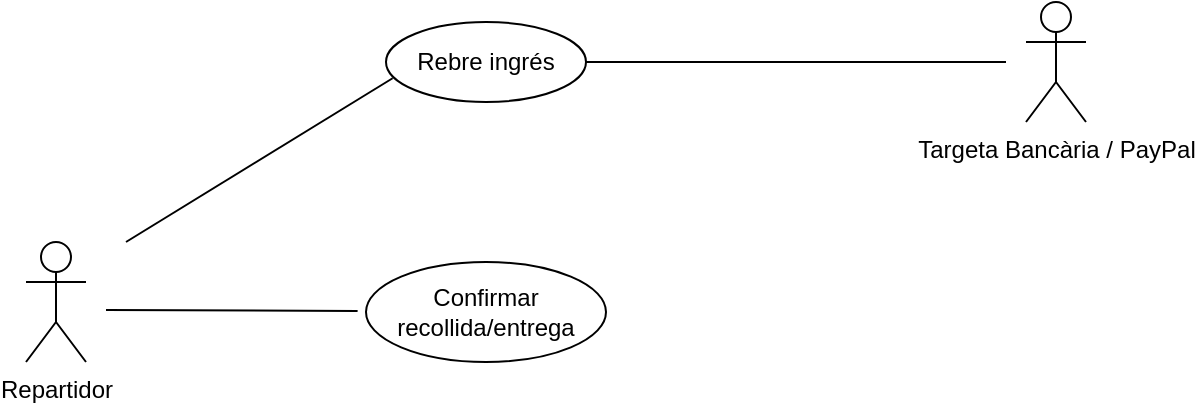
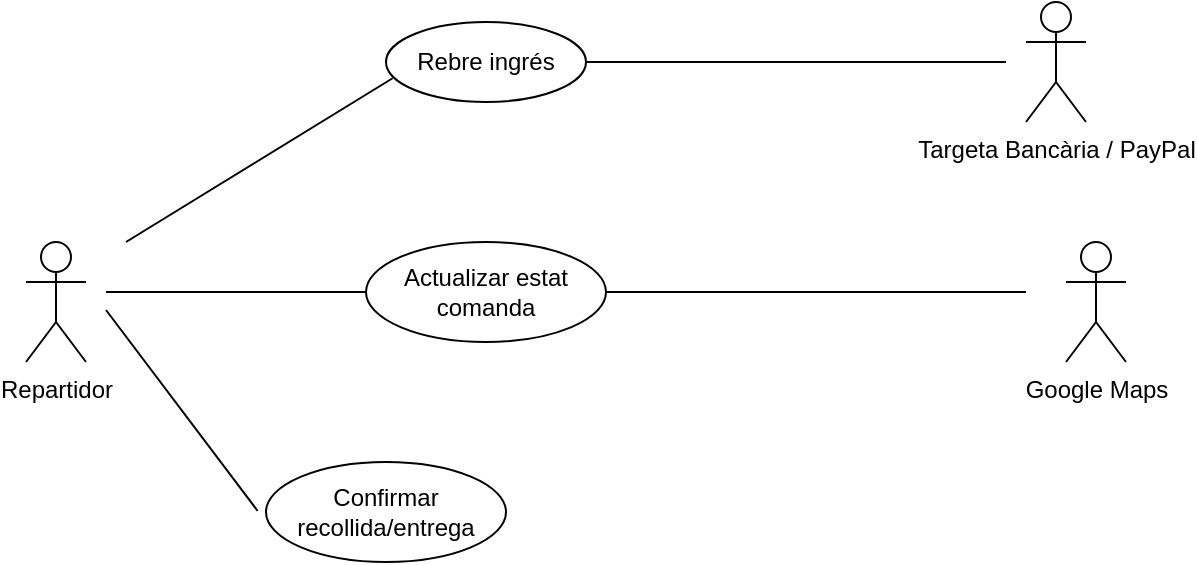
- <mxfile host="app.diagrams.net">
+ <mxfile host="Electron">
  <diagram name="Página-1" id="SKAVqDA2A0YFrpq3-BBz">
-     <mxGraphModel grid="1" page="1" gridSize="10" guides="1" tooltips="1" connect="1" arrows="1" fold="1" pageScale="1" pageWidth="827" pageHeight="1169" math="0" shadow="0">
+     <mxGraphModel dx="1051" dy="686" grid="1" gridSize="10" guides="1" tooltips="1" connect="1" arrows="1" fold="1" page="1" pageScale="1" pageWidth="827" pageHeight="1169" math="0" shadow="0">
      <root>
        <mxCell id="0" />
        <mxCell id="1" parent="0" />
        <mxCell id="l__ghT0vl625HQw07Bo--1" parent="1" style="shape=umlActor;verticalLabelPosition=bottom;verticalAlign=top;html=1;" value="Repartidor" vertex="1">
          <mxGeometry height="60" width="30" x="60" y="470" as="geometry" />
        </mxCell>
        <mxCell id="l__ghT0vl625HQw07Bo--4" parent="1" style="ellipse;whiteSpace=wrap;html=1;" value="Confirmar recollida/entrega" vertex="1">
-           <mxGeometry height="50" width="120" x="230" y="480" as="geometry" />
+           <mxGeometry height="50" width="120" x="180" y="580" as="geometry" />
        </mxCell>
        <mxCell id="l__ghT0vl625HQw07Bo--5" edge="1" parent="1" style="endArrow=none;html=1;rounded=0;entryX=-0.035;entryY=0.489;entryDx=0;entryDy=0;entryPerimeter=0;" target="l__ghT0vl625HQw07Bo--4" value="">
          <mxGeometry height="50" relative="1" width="50" as="geometry">
            <mxPoint x="100" y="504" as="sourcePoint" />
            <mxPoint x="170" y="460" as="targetPoint" />
          </mxGeometry>
        </mxCell>
        <mxCell id="wm30TisPGvrlL5gRgQor-1" edge="1" parent="1" style="endArrow=none;html=1;rounded=0;entryX=0.033;entryY=0.703;entryDx=0;entryDy=0;entryPerimeter=0;" target="wm30TisPGvrlL5gRgQor-2" value="">
          <mxGeometry height="50" relative="1" width="50" as="geometry">
            <mxPoint x="110" y="470" as="sourcePoint" />
            <mxPoint x="160" y="420" as="targetPoint" />
          </mxGeometry>
        </mxCell>
        <mxCell id="wm30TisPGvrlL5gRgQor-2" parent="1" style="ellipse;whiteSpace=wrap;html=1;" value="Rebre ingrés" vertex="1">
          <mxGeometry height="40" width="100" x="240" y="360" as="geometry" />
        </mxCell>
        <mxCell id="wm30TisPGvrlL5gRgQor-3" parent="1" style="shape=umlActor;verticalLabelPosition=bottom;verticalAlign=top;html=1;" value="Targeta Bancària / PayPal" vertex="1">
          <mxGeometry height="60" width="30" x="560" y="350" as="geometry" />
        </mxCell>
        <mxCell id="wm30TisPGvrlL5gRgQor-4" edge="1" parent="1" source="wm30TisPGvrlL5gRgQor-2" style="endArrow=none;html=1;rounded=0;exitX=1;exitY=0.5;exitDx=0;exitDy=0;" value="">
          <mxGeometry height="50" relative="1" width="50" as="geometry">
            <mxPoint x="364" y="390" as="sourcePoint" />
            <mxPoint x="550" y="380" as="targetPoint" />
          </mxGeometry>
        </mxCell>
+         <mxCell id="2qevKwTNVTZ_1sLYiy0N-21" parent="1" style="ellipse;whiteSpace=wrap;html=1;" value="Actualizar estat comanda" vertex="1">
+           <mxGeometry height="50" width="120" x="230" y="470" as="geometry" />
+         </mxCell>
+         <mxCell id="2qevKwTNVTZ_1sLYiy0N-22" edge="1" parent="1" style="endArrow=none;html=1;rounded=0;entryX=0;entryY=0.5;entryDx=0;entryDy=0;" target="2qevKwTNVTZ_1sLYiy0N-21" value="">
+           <mxGeometry height="50" relative="1" width="50" as="geometry">
+             <mxPoint x="100" y="495" as="sourcePoint" />
+             <mxPoint x="274" y="460" as="targetPoint" />
+           </mxGeometry>
+         </mxCell>
+         <mxCell id="2qevKwTNVTZ_1sLYiy0N-25" parent="1" style="shape=umlActor;verticalLabelPosition=bottom;verticalAlign=top;html=1;direction=east;" value="Google Maps" vertex="1">
+           <mxGeometry height="60" width="30" x="580" y="470" as="geometry" />
+         </mxCell>
+         <mxCell id="2qevKwTNVTZ_1sLYiy0N-26" edge="1" parent="1" style="endArrow=none;html=1;rounded=0;" value="">
+           <mxGeometry height="50" relative="1" width="50" as="geometry">
+             <mxPoint x="350" y="495" as="sourcePoint" />
+             <mxPoint x="560" y="495" as="targetPoint" />
+           </mxGeometry>
+         </mxCell>
      </root>
    </mxGraphModel>
  </diagram>
</mxfile>
